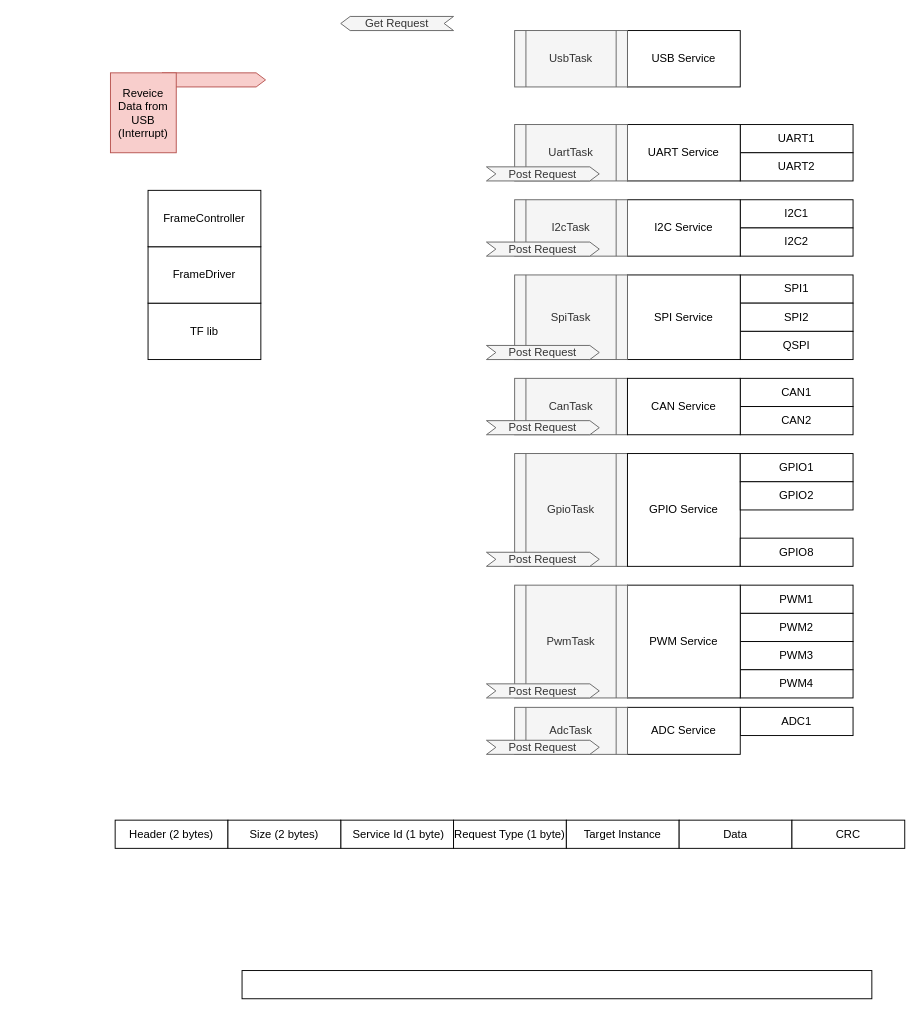
The draw.io diagram FirmwareArchitecturedrawio.drawio in AlmCoding/stm32usb, before the edit. Source tidied: cells renumbered, new cells numbered last; positions are measured from the earlier drawing's top-left corner, leaving out a move shared by most shapes. Both pictures are drawn from the tidied source at 94%, with x=0, y=0 at pixel (110, 16).
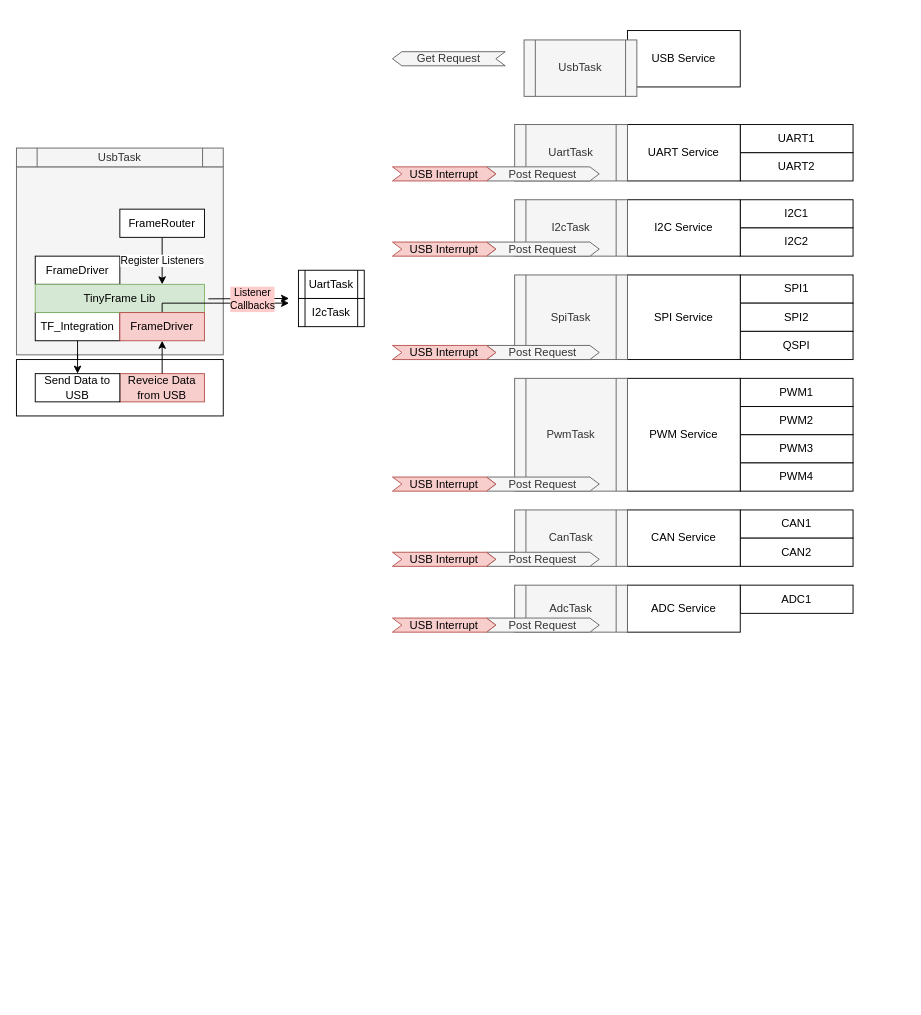
After the change.

Change to the diagram source:
```diff
@@
-    <mxCell id="2" value="GpioTask" style="shape=process;whiteSpace=wrap;html=1;backgroundOutline=1;fillColor=#f5f5f5;fontColor=#333333;strokeColor=#666666;" parent="1" vertex="1">
-      <mxGeometry x="430" y="465" width="120" height="120" as="geometry" />
-    </mxCell>
+    <mxCell id="56" style="rounded=0;whiteSpace=wrap;html=1;fillColor=#f5f5f5;fontColor=#333333;strokeColor=#666666;" parent="1" vertex="1">
+      <mxGeometry x="-100" y="160" width="220" height="200" as="geometry" />
+    </mxCell>
+    <mxCell id="57" style="rounded=0;whiteSpace=wrap;html=1;" parent="1" vertex="1">
+      <mxGeometry x="-100" y="365" width="220" height="60" as="geometry" />
+    </mxCell>
@@
     <mxCell id="10" value="PWM1" style="rounded=0;whiteSpace=wrap;html=1;" parent="1" vertex="1">
-      <mxGeometry x="670" y="605" width="120" height="30" as="geometry" />
+      <mxGeometry x="670" y="385" width="120" height="30" as="geometry" />
     </mxCell>
     <mxCell id="11" value="PWM2" style="rounded=0;whiteSpace=wrap;html=1;" parent="1" vertex="1">
-      <mxGeometry x="670" y="635" width="120" height="30" as="geometry" />
+      <mxGeometry x="670" y="415" width="120" height="30" as="geometry" />
     </mxCell>
     <mxCell id="12" value="PWM3" style="rounded=0;whiteSpace=wrap;html=1;" parent="1" vertex="1">
-      <mxGeometry x="670" y="665" width="120" height="30" as="geometry" />
+      <mxGeometry x="670" y="445" width="120" height="30" as="geometry" />
     </mxCell>
     <mxCell id="13" value="PWM4" style="rounded=0;whiteSpace=wrap;html=1;" parent="1" vertex="1">
-      <mxGeometry x="670" y="695" width="120" height="30" as="geometry" />
+      <mxGeometry x="670" y="475" width="120" height="30" as="geometry" />
     </mxCell>
     <mxCell id="14" value="CAN1" style="rounded=0;whiteSpace=wrap;html=1;" parent="1" vertex="1">
-      <mxGeometry x="670" y="385" width="120" height="30" as="geometry" />
+      <mxGeometry x="670" y="525" width="120" height="30" as="geometry" />
     </mxCell>
     <mxCell id="15" value="CAN2" style="rounded=0;whiteSpace=wrap;html=1;" parent="1" vertex="1">
-      <mxGeometry x="670" y="415" width="120" height="30" as="geometry" />
+      <mxGeometry x="670" y="555" width="120" height="30" as="geometry" />
     </mxCell>
     <mxCell id="16" value="ADC1" style="rounded=0;whiteSpace=wrap;html=1;" parent="1" vertex="1">
-      <mxGeometry x="670" y="735" width="120" height="30" as="geometry" />
+      <mxGeometry x="670" y="605" width="120" height="30" as="geometry" />
     </mxCell>
@@
     <mxCell id="20" value="PWM Service" style="rounded=0;whiteSpace=wrap;html=1;" parent="1" vertex="1">
-      <mxGeometry x="550" y="605" width="120" height="120" as="geometry" />
+      <mxGeometry x="550" y="385" width="120" height="120" as="geometry" />
     </mxCell>
-    <mxCell id="21" value="GPIO Service" style="rounded=0;whiteSpace=wrap;html=1;" parent="1" vertex="1">
-      <mxGeometry x="550" y="465" width="120" height="120" as="geometry" />
+    <mxCell id="21" value="CAN Service" style="rounded=0;whiteSpace=wrap;html=1;" parent="1" vertex="1">
+      <mxGeometry x="550" y="525" width="120" height="60" as="geometry" />
     </mxCell>
     <mxCell id="22" value="ADC Service" style="rounded=0;whiteSpace=wrap;html=1;" parent="1" vertex="1">
-      <mxGeometry x="550" y="735" width="120" height="50" as="geometry" />
+      <mxGeometry x="550" y="605" width="120" height="50" as="geometry" />
     </mxCell>
@@
-    <mxCell id="24" value="UsbTask" style="shape=process;whiteSpace=wrap;html=1;backgroundOutline=1;fillColor=#f5f5f5;strokeColor=#666666;fontColor=#333333;" parent="1" vertex="1">
-      <mxGeometry x="430" y="15" width="120" height="60" as="geometry" />
-    </mxCell>
@@
     <mxCell id="28" value="PwmTask" style="shape=process;whiteSpace=wrap;html=1;backgroundOutline=1;fillColor=#f5f5f5;fontColor=#333333;strokeColor=#666666;" parent="1" vertex="1">
-      <mxGeometry x="430" y="605" width="120" height="120" as="geometry" />
+      <mxGeometry x="430" y="385" width="120" height="120" as="geometry" />
     </mxCell>
     <mxCell id="29" value="CanTask" style="shape=process;whiteSpace=wrap;html=1;backgroundOutline=1;fillColor=#f5f5f5;fontColor=#333333;strokeColor=#666666;" parent="1" vertex="1">
-      <mxGeometry x="430" y="385" width="120" height="60" as="geometry" />
+      <mxGeometry x="430" y="525" width="120" height="60" as="geometry" />
     </mxCell>
     <mxCell id="30" value="AdcTask" style="shape=process;whiteSpace=wrap;html=1;backgroundOutline=1;fillColor=#f5f5f5;fontColor=#333333;strokeColor=#666666;" parent="1" vertex="1">
-      <mxGeometry x="430" y="735" width="120" height="50" as="geometry" />
+      <mxGeometry x="430" y="605" width="120" height="50" as="geometry" />
     </mxCell>
@@
     <mxCell id="34" value="Post Request" style="shape=step;perimeter=stepPerimeter;whiteSpace=wrap;html=1;fixedSize=1;size=10.000000000000227;fillColor=#f5f5f5;strokeColor=#666666;fontColor=#333333;" parent="1" vertex="1">
-      <mxGeometry x="400" y="570" width="120" height="15" as="geometry" />
+      <mxGeometry x="400" y="490" width="120" height="15" as="geometry" />
     </mxCell>
     <mxCell id="35" value="Post Request" style="shape=step;perimeter=stepPerimeter;whiteSpace=wrap;html=1;fixedSize=1;size=10.000000000000227;fillColor=#f5f5f5;strokeColor=#666666;fontColor=#333333;" parent="1" vertex="1">
-      <mxGeometry x="400" y="430" width="120" height="15" as="geometry" />
+      <mxGeometry x="400" y="570" width="120" height="15" as="geometry" />
     </mxCell>
     <mxCell id="36" value="Post Request" style="shape=step;perimeter=stepPerimeter;whiteSpace=wrap;html=1;fixedSize=1;size=10.000000000000227;fillColor=#f5f5f5;strokeColor=#666666;fontColor=#333333;" parent="1" vertex="1">
-      <mxGeometry x="400" y="710" width="120" height="15" as="geometry" />
+      <mxGeometry x="400" y="640" width="120" height="15" as="geometry" />
     </mxCell>
+    <mxCell id="58" value="USB Interrupt" style="shape=step;perimeter=stepPerimeter;whiteSpace=wrap;html=1;fixedSize=1;size=10.000000000000227;fillColor=#f8cecc;strokeColor=#b85450;" parent="1" vertex="1">
+      <mxGeometry x="300" y="240" width="110" height="15" as="geometry" />
+    </mxCell>
+    <mxCell id="59" value="USB Interrupt" style="shape=step;perimeter=stepPerimeter;whiteSpace=wrap;html=1;fixedSize=1;size=10.000000000000227;fillColor=#f8cecc;strokeColor=#b85450;" parent="1" vertex="1">
+      <mxGeometry x="300" y="350" width="110" height="15" as="geometry" />
+    </mxCell>
+    <mxCell id="60" value="USB Interrupt" style="shape=step;perimeter=stepPerimeter;whiteSpace=wrap;html=1;fixedSize=1;size=10.000000000000227;fillColor=#f8cecc;strokeColor=#b85450;" parent="1" vertex="1">
+      <mxGeometry x="300" y="490" width="110" height="15" as="geometry" />
+    </mxCell>
+    <mxCell id="61" value="USB Interrupt" style="shape=step;perimeter=stepPerimeter;whiteSpace=wrap;html=1;fixedSize=1;size=10.000000000000227;fillColor=#f8cecc;strokeColor=#b85450;" parent="1" vertex="1">
+      <mxGeometry x="300" y="570" width="110" height="15" as="geometry" />
+    </mxCell>
+    <mxCell id="62" value="USB Interrupt" style="shape=step;perimeter=stepPerimeter;whiteSpace=wrap;html=1;fixedSize=1;size=10.000000000000227;fillColor=#f8cecc;strokeColor=#b85450;" parent="1" vertex="1">
+      <mxGeometry x="300" y="640" width="110" height="15" as="geometry" />
+    </mxCell>
     <mxCell id="37" value="Get Request" style="shape=step;perimeter=stepPerimeter;whiteSpace=wrap;html=1;fixedSize=1;size=10.000000000000227;fillColor=#f5f5f5;strokeColor=#666666;fontColor=#333333;direction=west;" parent="1" vertex="1">
-      <mxGeometry x="245" width="120" height="15" as="geometry" />
+      <mxGeometry x="300" y="37.5" width="120" height="15" as="geometry" />
     </mxCell>
+    <mxCell id="39" value="Reveice Data from USB" style="rounded=0;whiteSpace=wrap;html=1;fillColor=#f8cecc;strokeColor=#b85450;" parent="1" vertex="1">
+      <mxGeometry x="10" y="380" width="90" height="30" as="geometry" />
+    </mxCell>
-    <mxCell id="38" style="shape=step;perimeter=stepPerimeter;whiteSpace=wrap;html=1;fixedSize=1;size=10.000000000000227;fillColor=#f8cecc;strokeColor=#b85450;" parent="1" vertex="1">
-      <mxGeometry x="55" y="60" width="110" height="15" as="geometry" />
+    <mxCell id="38" value="USB Interrupt" style="shape=step;perimeter=stepPerimeter;whiteSpace=wrap;html=1;fixedSize=1;size=10.000000000000227;fillColor=#f8cecc;strokeColor=#b85450;" parent="1" vertex="1">
+      <mxGeometry x="300" y="160" width="110" height="15" as="geometry" />
     </mxCell>
-    <mxCell id="39" value="Reveice Data from USB&lt;br&gt;(Interrupt)" style="rounded=0;whiteSpace=wrap;html=1;fillColor=#f8cecc;strokeColor=#b85450;" parent="1" vertex="1">
-      <mxGeometry y="60" width="70" height="85" as="geometry" />
-    </mxCell>
-    <mxCell id="40" value="GPIO1" style="rounded=0;whiteSpace=wrap;html=1;" parent="1" vertex="1">
-      <mxGeometry x="670" y="465" width="120" height="30" as="geometry" />
-    </mxCell>
-    <mxCell id="41" value="GPIO2" style="rounded=0;whiteSpace=wrap;html=1;" parent="1" vertex="1">
-      <mxGeometry x="670" y="495" width="120" height="30" as="geometry" />
-    </mxCell>
-    <mxCell id="42" value="GPIO8" style="rounded=0;whiteSpace=wrap;html=1;" parent="1" vertex="1">
-      <mxGeometry x="670" y="555" width="120" height="30" as="geometry" />
-    </mxCell>
-    <mxCell id="43" value="CAN Service" style="rounded=0;whiteSpace=wrap;html=1;" parent="1" vertex="1">
-      <mxGeometry x="550" y="385" width="120" height="60" as="geometry" />
-    </mxCell>
-    <mxCell id="44" value="Post Request" style="shape=step;perimeter=stepPerimeter;whiteSpace=wrap;html=1;fixedSize=1;size=10.000000000000227;fillColor=#f5f5f5;strokeColor=#666666;fontColor=#333333;" parent="1" vertex="1">
-      <mxGeometry x="400" y="770" width="120" height="15" as="geometry" />
-    </mxCell>
-    <mxCell id="45" style="rounded=0;whiteSpace=wrap;html=1;" parent="1" vertex="1">
-      <mxGeometry x="140" y="1015" width="670" height="30" as="geometry" />
-    </mxCell>
-    <mxCell id="46" value="&amp;nbsp;Service Id (1 byte)" style="rounded=0;whiteSpace=wrap;html=1;" parent="1" vertex="1">
-      <mxGeometry x="245" y="855" width="120" height="30" as="geometry" />
-    </mxCell>
-    <mxCell id="47" value="Request Type (1 byte)" style="rounded=0;whiteSpace=wrap;html=1;" parent="1" vertex="1">
-      <mxGeometry x="365" y="855" width="120" height="30" as="geometry" />
-    </mxCell>
-    <mxCell id="48" value="Target Instance" style="rounded=0;whiteSpace=wrap;html=1;" parent="1" vertex="1">
-      <mxGeometry x="485" y="855" width="120" height="30" as="geometry" />
-    </mxCell>
-    <mxCell id="49" value="Data" style="rounded=0;whiteSpace=wrap;html=1;" parent="1" vertex="1">
-      <mxGeometry x="605" y="855" width="120" height="30" as="geometry" />
-    </mxCell>
-    <mxCell id="50" value="Header (2 bytes)" style="rounded=0;whiteSpace=wrap;html=1;" parent="1" vertex="1">
-      <mxGeometry x="5" y="855" width="120" height="30" as="geometry" />
-    </mxCell>
-    <mxCell id="51" value="Size (2 bytes)" style="rounded=0;whiteSpace=wrap;html=1;" parent="1" vertex="1">
-      <mxGeometry x="125" y="855" width="120" height="30" as="geometry" />
-    </mxCell>
-    <mxCell id="52" value="CRC" style="rounded=0;whiteSpace=wrap;html=1;" parent="1" vertex="1">
-      <mxGeometry x="725" y="855" width="120" height="30" as="geometry" />
-    </mxCell>
-    <mxCell id="53" value="TF lib" style="rounded=0;whiteSpace=wrap;html=1;" parent="1" vertex="1">
-      <mxGeometry x="40" y="305" width="120" height="60" as="geometry" />
-    </mxCell>
     <mxCell id="54" value="FrameDriver" style="rounded=0;whiteSpace=wrap;html=1;" parent="1" vertex="1">
-      <mxGeometry x="40" y="245" width="120" height="60" as="geometry" />
+      <mxGeometry x="-80" y="255" width="90" height="30" as="geometry" />
     </mxCell>
-    <mxCell id="55" value="FrameController" style="rounded=0;whiteSpace=wrap;html=1;" parent="1" vertex="1">
-      <mxGeometry x="40" y="185" width="120" height="60" as="geometry" />
-    </mxCell>
+    <mxCell id="63" style="edgeStyle=orthogonalEdgeStyle;rounded=0;jettySize=auto;html=1;entryX=0.5;entryY=0;entryDx=0;entryDy=0;" parent="1" edge="1" source="64" target="67">
+      <mxGeometry relative="1" as="geometry" />
+    </mxCell>
+    <mxCell id="64" value="TF_Integration" style="rounded=0;whiteSpace=wrap;html=1;" parent="1" vertex="1">
+      <mxGeometry x="-80" y="315" width="90" height="30" as="geometry" />
+    </mxCell>
+    <mxCell id="65" value="Register Listeners" style="edgeStyle=orthogonalEdgeStyle;rounded=0;jettySize=auto;html=1;exitX=0.5;exitY=1;exitDx=0;exitDy=0;entryX=0.75;entryY=0;entryDx=0;entryDy=0;" parent="1" edge="1" source="71" target="66">
+      <mxGeometry relative="1" as="geometry" />
+    </mxCell>
+    <mxCell id="66" value="TinyFrame Lib" style="rounded=0;whiteSpace=wrap;html=1;fillColor=#d5e8d4;strokeColor=#82b366;" parent="1" vertex="1">
+      <mxGeometry x="-80" y="285" width="180" height="30" as="geometry" />
+    </mxCell>
+    <mxCell id="67" value="Send Data to USB" style="rounded=0;whiteSpace=wrap;html=1;" parent="1" vertex="1">
+      <mxGeometry x="-80" y="380" width="90" height="30" as="geometry" />
+    </mxCell>
+    <mxCell id="68" style="edgeStyle=orthogonalEdgeStyle;rounded=0;jettySize=auto;html=1;exitX=0.5;exitY=0;exitDx=0;exitDy=0;" parent="1" edge="1" source="69">
+      <mxGeometry relative="1" as="geometry">
+        <mxPoint x="190" y="305" as="targetPoint" />
+        <Array as="points">
+          <mxPoint x="55" y="305" />
+          <mxPoint x="110" y="305" />
+        </Array>
+      </mxGeometry>
+    </mxCell>
+    <mxCell id="69" value="FrameDriver" style="rounded=0;whiteSpace=wrap;html=1;fillColor=#f8cecc;strokeColor=#b85450;" parent="1" vertex="1">
+      <mxGeometry x="10" y="315" width="90" height="30" as="geometry" />
+    </mxCell>
+    <mxCell id="70" style="endArrow=classic;html=1;rounded=0;exitX=0.5;exitY=0;exitDx=0;exitDy=0;entryX=0.5;entryY=1;entryDx=0;entryDy=0;" parent="1" edge="1" source="39" target="69">
+      <mxGeometry relative="1" as="geometry" />
+    </mxCell>
+    <mxCell id="71" value="FrameRouter" style="rounded=0;whiteSpace=wrap;html=1;" parent="1" vertex="1">
+      <mxGeometry x="10" y="205" width="90" height="30" as="geometry" />
+    </mxCell>
+    <mxCell id="72" style="endArrow=classic;html=1;rounded=0;exitX=1.023;exitY=0.514;exitDx=0;exitDy=0;exitPerimeter=0;" parent="1" edge="1" source="66">
+      <mxGeometry relative="1" as="geometry">
+        <mxPoint x="190" y="300" as="targetPoint" />
+      </mxGeometry>
+    </mxCell>
+    <mxCell id="73" value="Listener&lt;br&gt;Callbacks" style="edgeLabel;html=1;align=center;verticalAlign=middle;labelBackgroundColor=#FFCCCC;" parent="72" vertex="1">
+      <mxGeometry x="-0.14" y="1" relative="1" as="geometry">
+        <mxPoint x="9" y="1" as="offset" />
+      </mxGeometry>
+    </mxCell>
+    <mxCell id="74" value="UartTask" style="shape=process;whiteSpace=wrap;html=1;backgroundOutline=1;" parent="1" vertex="1">
+      <mxGeometry x="200" y="270" width="70" height="30" as="geometry" />
+    </mxCell>
+    <mxCell id="75" value="I2cTask" style="shape=process;whiteSpace=wrap;html=1;backgroundOutline=1;" parent="1" vertex="1">
+      <mxGeometry x="200" y="300" width="70" height="30" as="geometry" />
+    </mxCell>
+    <mxCell id="76" value="UsbTask" style="shape=process;whiteSpace=wrap;html=1;backgroundOutline=1;fillColor=#f5f5f5;strokeColor=#666666;fontColor=#333333;" parent="1" vertex="1">
+      <mxGeometry x="440" y="25" width="120" height="60" as="geometry" />
+    </mxCell>
+    <mxCell id="77" value="UsbTask" style="shape=process;whiteSpace=wrap;html=1;backgroundOutline=1;fillColor=#f5f5f5;strokeColor=#666666;fontColor=#333333;" parent="1" vertex="1">
+      <mxGeometry x="-100" y="140" width="220" height="20" as="geometry" />
+    </mxCell>
```
